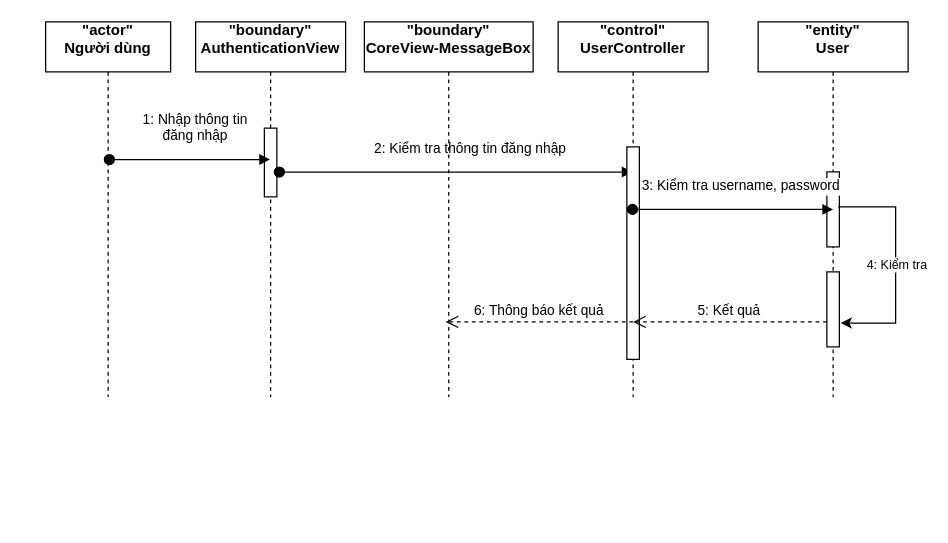
Thanh0803/ns3-project keeps this draw.io diagram as Untitled Diagram.drawio. Above is the earlier version. Source tidied: cells renumbered, new cells numbered last; positions are measured from the earlier drawing's top-left corner, leaving out a move shared by most shapes. Both pictures are drawn from the tidied source at 125%, with x=0, y=0 at pixel (45, 21).
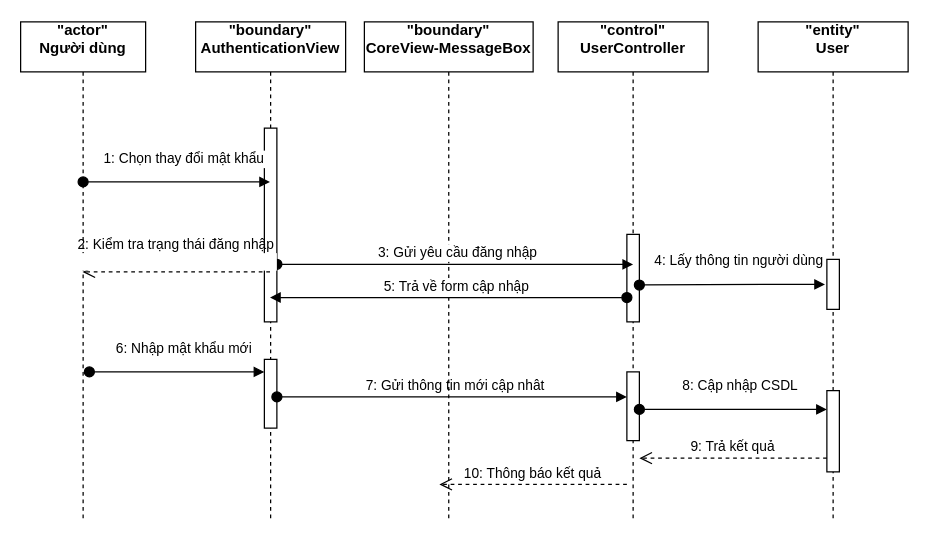
The same page after the edit.

What changed in the source:
```diff
@@
     <mxCell id="2" value="&quot;actor&quot;&#10;Người dùng&#10;" style="shape=umlLifeline;perimeter=lifelinePerimeter;rounded=0;shadow=0;strokeWidth=1;fontStyle=1;" parent="1" vertex="1">
-      <mxGeometry width="100" height="300" as="geometry" />
+      <mxGeometry x="-20" width="100" height="400" as="geometry" />
     </mxCell>
     <mxCell id="3" value="&quot;boundary&quot;&#10;AuthenticationView&#10;" style="shape=umlLifeline;perimeter=lifelinePerimeter;rounded=0;shadow=0;strokeWidth=1;fontStyle=1;" parent="1" vertex="1">
-      <mxGeometry x="120" width="120" height="300" as="geometry" />
+      <mxGeometry x="120" width="120" height="400" as="geometry" />
     </mxCell>
     <mxCell id="4" style="points=[];perimeter=orthogonalPerimeter;rounded=0;shadow=0;strokeWidth=1;" parent="3" vertex="1">
-      <mxGeometry x="55" y="85" width="10" height="55" as="geometry" />
+      <mxGeometry x="55" y="85" width="10" height="155" as="geometry" />
     </mxCell>
-    <mxCell id="5" value="2: Kiểm tra thông tin đăng nhập" style="verticalAlign=bottom;startArrow=oval;endArrow=block;startSize=8;shadow=0;strokeWidth=1;exitX=0.51;exitY=0.367;exitDx=0;exitDy=0;exitPerimeter=0;" parent="3" edge="1" target="7">
-      <mxGeometry x="0.08" y="10" relative="1" as="geometry">
-        <mxPoint x="67" y="120.1" as="sourcePoint" />
-      </mxGeometry>
-    </mxCell>
+    <mxCell id="18" value="6: Nhập mật khẩu mới" style="verticalAlign=bottom;startArrow=oval;endArrow=block;startSize=8;shadow=0;strokeWidth=1;" parent="3" edge="1">
+      <mxGeometry x="0.08" y="10" relative="1" as="geometry">
+        <mxPoint x="-85" y="280" as="sourcePoint" />
+        <mxPoint x="55" y="280" as="targetPoint" />
+        <Array as="points">
+          <mxPoint x="20.5" y="280" />
+        </Array>
+      </mxGeometry>
+    </mxCell>
+    <mxCell id="19" style="perimeter=orthogonalPerimeter;rounded=0;shadow=0;strokeWidth=1;" parent="3" vertex="1">
+      <mxGeometry x="55" y="270" width="10" height="55" as="geometry" />
+    </mxCell>
+    <mxCell id="20" value="7: Gửi thông tin mới cập nhât" style="verticalAlign=bottom;startArrow=oval;endArrow=block;startSize=8;shadow=0;strokeWidth=1;exitX=1;exitY=0.703;exitDx=0;exitDy=0;exitPerimeter=0;entryX=0;entryY=0.364;entryDx=0;entryDy=0;entryPerimeter=0;" parent="3" edge="1" target="21">
+      <mxGeometry x="0.02" relative="1" as="geometry">
+        <mxPoint x="65" y="300" as="sourcePoint" />
+      </mxGeometry>
+    </mxCell>
     <mxCell id="6" value="&quot;boundary&quot;&#10;CoreView-MessageBox&#10;" style="shape=umlLifeline;perimeter=lifelinePerimeter;rounded=0;shadow=0;strokeWidth=1;fontStyle=1;" parent="1" vertex="1">
-      <mxGeometry x="255" width="135" height="300" as="geometry" />
+      <mxGeometry x="255" width="135" height="400" as="geometry" />
     </mxCell>
     <mxCell id="7" value="&quot;control&quot;&#10;UserController&#10;" style="shape=umlLifeline;perimeter=lifelinePerimeter;rounded=0;shadow=0;strokeWidth=1;fontStyle=1;" parent="1" vertex="1">
-      <mxGeometry x="410" width="120" height="300" as="geometry" />
+      <mxGeometry x="410" width="120" height="400" as="geometry" />
     </mxCell>
     <mxCell id="8" style="perimeter=orthogonalPerimeter;rounded=0;shadow=0;strokeWidth=1;" parent="7" vertex="1">
-      <mxGeometry x="55" y="100" width="10" height="170" as="geometry" />
+      <mxGeometry x="55" y="170" width="10" height="70" as="geometry" />
     </mxCell>
-    <mxCell id="9" value="5: Kết quả" style="verticalAlign=bottom;endArrow=open;dashed=1;endSize=8;exitX=0;exitY=0.95;shadow=0;strokeWidth=1;" parent="7" edge="1">
-      <mxGeometry relative="1" as="geometry">
-        <mxPoint x="215" y="240" as="sourcePoint" />
-        <mxPoint x="60" y="240" as="targetPoint" />
-      </mxGeometry>
-    </mxCell>
-    <mxCell id="10" value="6: Thông báo kết quả" style="verticalAlign=bottom;endArrow=open;dashed=1;endSize=8;exitX=0;exitY=0.95;shadow=0;strokeWidth=1;" parent="7" edge="1">
-      <mxGeometry relative="1" as="geometry">
-        <mxPoint x="60" y="240" as="sourcePoint" />
-        <mxPoint x="-90" y="240" as="targetPoint" />
-      </mxGeometry>
-    </mxCell>
+    <mxCell id="21" style="points=[];perimeter=orthogonalPerimeter;rounded=0;shadow=0;strokeWidth=1;" parent="7" vertex="1">
+      <mxGeometry x="55" y="280" width="10" height="55" as="geometry" />
+    </mxCell>
+    <mxCell id="22" value="5: Trả về form cập nhập" style="verticalAlign=bottom;startArrow=oval;endArrow=block;startSize=8;shadow=0;strokeWidth=1;exitX=0.51;exitY=0.367;exitDx=0;exitDy=0;exitPerimeter=0;" parent="7" edge="1" target="3">
+      <mxGeometry x="-0.05" relative="1" as="geometry">
+        <mxPoint x="55" y="220.5" as="sourcePoint" />
+      </mxGeometry>
+    </mxCell>
+    <mxCell id="23" value="4: Lấy thông tin người dùng" style="verticalAlign=bottom;startArrow=oval;endArrow=block;startSize=8;shadow=0;strokeWidth=1;exitX=0.51;exitY=0.367;exitDx=0;exitDy=0;exitPerimeter=0;" parent="7" edge="1">
+      <mxGeometry x="0.08" y="10" relative="1" as="geometry">
+        <mxPoint x="65" y="210.5" as="sourcePoint" />
+        <mxPoint x="213.5" y="210" as="targetPoint" />
+        <Array as="points">
+          <mxPoint x="184" y="210" />
+        </Array>
+      </mxGeometry>
+    </mxCell>
+    <mxCell id="24" value="8: Cập nhập CSDL" style="verticalAlign=bottom;startArrow=oval;endArrow=block;startSize=8;shadow=0;strokeWidth=1;" parent="7" edge="1">
+      <mxGeometry x="0.08" y="10" relative="1" as="geometry">
+        <mxPoint x="65" y="310" as="sourcePoint" />
+        <mxPoint x="215" y="310" as="targetPoint" />
+        <Array as="points">
+          <mxPoint x="180.5" y="310" />
+        </Array>
+      </mxGeometry>
+    </mxCell>
+    <mxCell id="25" value="10: Thông báo kết quả" style="verticalAlign=bottom;endArrow=open;dashed=1;endSize=8;shadow=0;strokeWidth=1;" parent="7" edge="1">
+      <mxGeometry relative="1" as="geometry">
+        <mxPoint x="55" y="370" as="sourcePoint" />
+        <mxPoint x="-95" y="370" as="targetPoint" />
+      </mxGeometry>
+    </mxCell>
     <mxCell id="11" value="&quot;entity&quot;&#10;User&#10;" style="shape=umlLifeline;perimeter=lifelinePerimeter;rounded=0;shadow=0;strokeWidth=1;fontStyle=1;" parent="1" vertex="1">
-      <mxGeometry x="570" width="120" height="300" as="geometry" />
+      <mxGeometry x="570" width="120" height="400" as="geometry" />
     </mxCell>
     <mxCell id="12" style="points=[];perimeter=orthogonalPerimeter;rounded=0;shadow=0;strokeWidth=1;" parent="11" vertex="1">
-      <mxGeometry x="55" y="120" width="10" height="60" as="geometry" />
+      <mxGeometry x="55" y="190" width="10" height="40" as="geometry" />
     </mxCell>
-    <mxCell id="13" value="3: Kiểm tra username, password" style="verticalAlign=bottom;startArrow=oval;endArrow=block;startSize=8;shadow=0;strokeWidth=1;" parent="11" edge="1" source="7">
-      <mxGeometry x="0.08" y="10" relative="1" as="geometry">
-        <mxPoint x="60" y="150" as="targetPoint" />
-      </mxGeometry>
-    </mxCell>
-    <mxCell id="14" style="points=[];perimeter=orthogonalPerimeter;rounded=0;shadow=0;strokeWidth=1;" parent="11" vertex="1">
-      <mxGeometry x="55" y="200" width="10" height="60" as="geometry" />
-    </mxCell>
-    <mxCell id="15" style="endArrow=classic;html=1;rounded=0;fontSize=10;exitX=0.9;exitY=0.467;exitDx=0;exitDy=0;exitPerimeter=0;entryX=1.1;entryY=0.683;entryDx=0;entryDy=0;entryPerimeter=0;" parent="11" edge="1" source="12" target="14">
-      <mxGeometry relative="1" as="geometry">
-        <Array as="points">
-          <mxPoint x="110" y="148" />
-          <mxPoint x="110" y="241" />
-        </Array>
-      </mxGeometry>
-    </mxCell>
-    <mxCell id="16" value="4: Kiểm tra" style="edgeLabel;html=1;align=center;verticalAlign=middle;fontSize=10;" parent="15" vertex="1">
-      <mxGeometry relative="1" as="geometry" />
-    </mxCell>
+    <mxCell id="26" style="perimeter=orthogonalPerimeter;rounded=0;shadow=0;strokeWidth=1;" parent="11" vertex="1">
+      <mxGeometry x="55" y="295" width="10" height="65" as="geometry" />
+    </mxCell>
+    <mxCell id="27" value="9: Trả kết quả" style="verticalAlign=bottom;endArrow=open;dashed=1;endSize=8;shadow=0;strokeWidth=1;" parent="11" edge="1">
+      <mxGeometry relative="1" as="geometry">
+        <mxPoint x="55" y="349" as="sourcePoint" />
+        <mxPoint x="-95" y="349" as="targetPoint" />
+      </mxGeometry>
+    </mxCell>
-    <mxCell id="17" value="1: Nhập thông tin &#10;đăng nhập" style="verticalAlign=bottom;startArrow=oval;endArrow=block;startSize=8;shadow=0;strokeWidth=1;exitX=0.51;exitY=0.367;exitDx=0;exitDy=0;exitPerimeter=0;" parent="1" edge="1" source="2" target="3">
-      <mxGeometry x="0.08" y="10" relative="1" as="geometry" />
+    <mxCell id="17" value="1: Chọn thay đổi mật khẩu" style="verticalAlign=bottom;startArrow=oval;endArrow=block;startSize=8;shadow=0;strokeWidth=1;" parent="1" edge="1" target="3">
+      <mxGeometry x="0.08" y="10" relative="1" as="geometry">
+        <mxPoint x="30" y="128" as="sourcePoint" />
+        <Array as="points">
+          <mxPoint x="150" y="128" />
+        </Array>
+      </mxGeometry>
     </mxCell>
+    <mxCell id="5" value="3: Gửi yêu cầu đăng nhập" style="verticalAlign=bottom;startArrow=oval;endArrow=block;startSize=8;shadow=0;strokeWidth=1;exitX=1;exitY=0.703;exitDx=0;exitDy=0;exitPerimeter=0;" parent="1" edge="1" source="4">
+      <mxGeometry x="0.02" relative="1" as="geometry">
+        <mxPoint x="470" y="194" as="targetPoint" />
+      </mxGeometry>
+    </mxCell>
+    <mxCell id="28" value="2: Kiểm tra trạng thái đăng nhập&#10;" style="verticalAlign=bottom;endArrow=open;dashed=1;endSize=8;shadow=0;strokeWidth=1;" parent="1" edge="1" source="3" target="2">
+      <mxGeometry relative="1" as="geometry" />
+    </mxCell>
```
